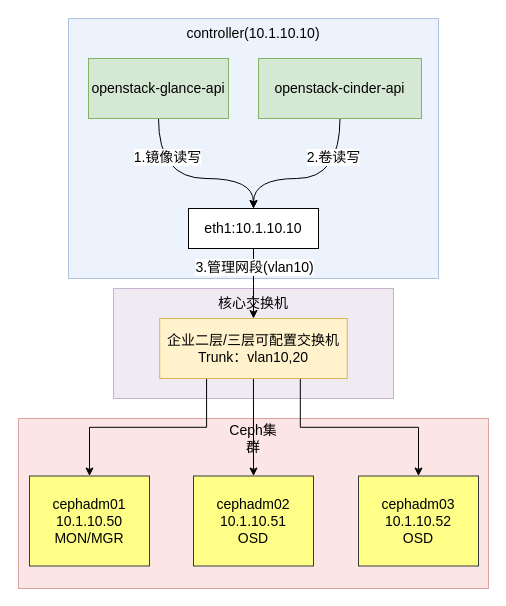
Before: 存储流量OpenStack与Ceph后端交互.drawio in lrAltas/DrwaIO, a draw.io diagram. Source tidied: cells renumbered, new cells numbered last; positions are measured from the earlier drawing's top-left corner, leaving out a move shared by most shapes. Both pictures are drawn from the tidied source at 100%, with x=0, y=0 at pixel (18, 18).
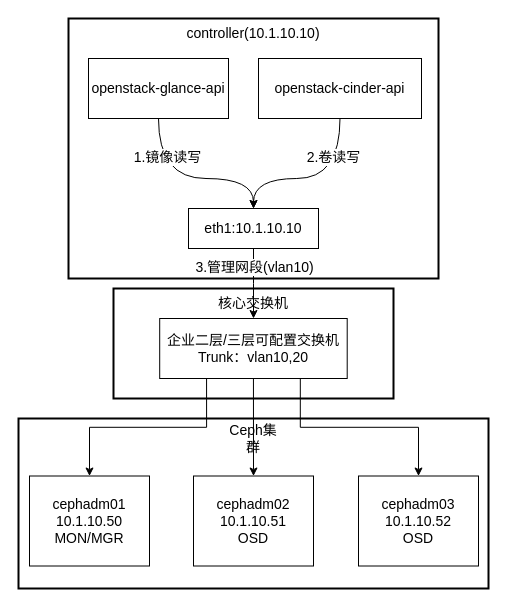
After the change.

Commit message:
更新存储流量OpenStack与Ceph后端交互.drawio

The edit, as a diff of the source:
```diff
@@
-    <mxCell id="2" style="rounded=0;whiteSpace=wrap;html=1;fillColor=#f8cecc;strokeColor=#b85450;opacity=50;fontSize=14;" parent="1" vertex="1">
+    <mxCell id="2" style="rounded=0;whiteSpace=wrap;html=1;fontSize=14;strokeWidth=2;" parent="1" vertex="1">
       <mxGeometry y="400" width="470" height="170" as="geometry" />
     </mxCell>
-    <mxCell id="3" style="rounded=0;whiteSpace=wrap;html=1;fillColor=#e1d5e7;strokeColor=#9673a6;opacity=50;fontSize=14;" parent="1" vertex="1">
+    <mxCell id="3" style="rounded=0;whiteSpace=wrap;html=1;fontSize=14;strokeWidth=2;" parent="1" vertex="1">
       <mxGeometry x="95" y="270" width="280" height="110" as="geometry" />
     </mxCell>
-    <mxCell id="4" style="rounded=0;whiteSpace=wrap;html=1;fillColor=#dae8fc;strokeColor=#6c8ebf;opacity=50;fontSize=14;" parent="1" vertex="1">
+    <mxCell id="4" style="rounded=0;whiteSpace=wrap;html=1;fontSize=14;strokeWidth=2;" parent="1" vertex="1">
       <mxGeometry x="50" width="370" height="260" as="geometry" />
     </mxCell>
@@
-    <mxCell id="7" value="openstack-glance-api" style="rounded=0;whiteSpace=wrap;html=1;fillColor=#d5e8d4;strokeColor=#82b366;fontSize=14;" parent="1" vertex="1">
+    <mxCell id="7" value="openstack-glance-api" style="rounded=0;whiteSpace=wrap;html=1;fontSize=14;" parent="1" vertex="1">
       <mxGeometry x="70" y="40" width="140" height="60" as="geometry" />
     </mxCell>
@@
-    <mxCell id="10" value="openstack-cinder-api" style="rounded=0;whiteSpace=wrap;html=1;fillColor=#d5e8d4;strokeColor=#82b366;fontSize=14;" parent="1" vertex="1">
+    <mxCell id="10" value="openstack-cinder-api" style="rounded=0;whiteSpace=wrap;html=1;fontSize=14;" parent="1" vertex="1">
       <mxGeometry x="240" y="40" width="163" height="60" as="geometry" />
     </mxCell>
@@
-    <mxCell id="18" value="&lt;div&gt;企业二层/三层可配置交换机&lt;/div&gt;&lt;div&gt;Trunk：vlan10,20&lt;/div&gt;" style="rounded=0;whiteSpace=wrap;html=1;fillColor=#fff2cc;strokeColor=#d6b656;fontSize=14;" parent="1" vertex="1">
+    <mxCell id="18" value="&lt;div&gt;企业二层/三层可配置交换机&lt;/div&gt;&lt;div&gt;Trunk：vlan10,20&lt;/div&gt;" style="rounded=0;whiteSpace=wrap;html=1;fontSize=14;" parent="1" vertex="1">
       <mxGeometry x="141.2" y="300" width="187.5" height="60" as="geometry" />
     </mxCell>
@@
-    <mxCell id="21" value="&lt;div&gt;cephadm01&lt;/div&gt;&lt;div&gt;10.1.10.50&lt;/div&gt;&lt;div&gt;MON/MGR&lt;/div&gt;" style="rounded=0;whiteSpace=wrap;html=1;fillColor=#ffff88;strokeColor=#36393d;fontSize=14;" parent="1" vertex="1">
+    <mxCell id="21" value="&lt;div&gt;cephadm01&lt;/div&gt;&lt;div&gt;10.1.10.50&lt;/div&gt;&lt;div&gt;MON/MGR&lt;/div&gt;" style="rounded=0;whiteSpace=wrap;html=1;fontSize=14;" parent="1" vertex="1">
       <mxGeometry x="11" y="457.5" width="120" height="90" as="geometry" />
     </mxCell>
-    <mxCell id="22" value="&lt;div&gt;cephadm02&lt;/div&gt;&lt;div&gt;10.1.10.51&lt;/div&gt;&lt;div&gt;OSD&lt;/div&gt;" style="rounded=0;whiteSpace=wrap;html=1;fillColor=#ffff88;strokeColor=#36393d;fontSize=14;" parent="1" vertex="1">
+    <mxCell id="22" value="&lt;div&gt;cephadm02&lt;/div&gt;&lt;div&gt;10.1.10.51&lt;/div&gt;&lt;div&gt;OSD&lt;/div&gt;" style="rounded=0;whiteSpace=wrap;html=1;fontSize=14;" parent="1" vertex="1">
       <mxGeometry x="175" y="457.5" width="120" height="90" as="geometry" />
     </mxCell>
-    <mxCell id="23" value="&lt;div&gt;cephadm03&lt;/div&gt;&lt;div&gt;10.1.10.52&lt;/div&gt;&lt;div&gt;OSD&lt;/div&gt;" style="rounded=0;whiteSpace=wrap;html=1;fillColor=#ffff88;strokeColor=#36393d;fontSize=14;" parent="1" vertex="1">
+    <mxCell id="23" value="&lt;div&gt;cephadm03&lt;/div&gt;&lt;div&gt;10.1.10.52&lt;/div&gt;&lt;div&gt;OSD&lt;/div&gt;" style="rounded=0;whiteSpace=wrap;html=1;fontSize=14;" parent="1" vertex="1">
       <mxGeometry x="340" y="457.5" width="120" height="90" as="geometry" />
     </mxCell>
```
